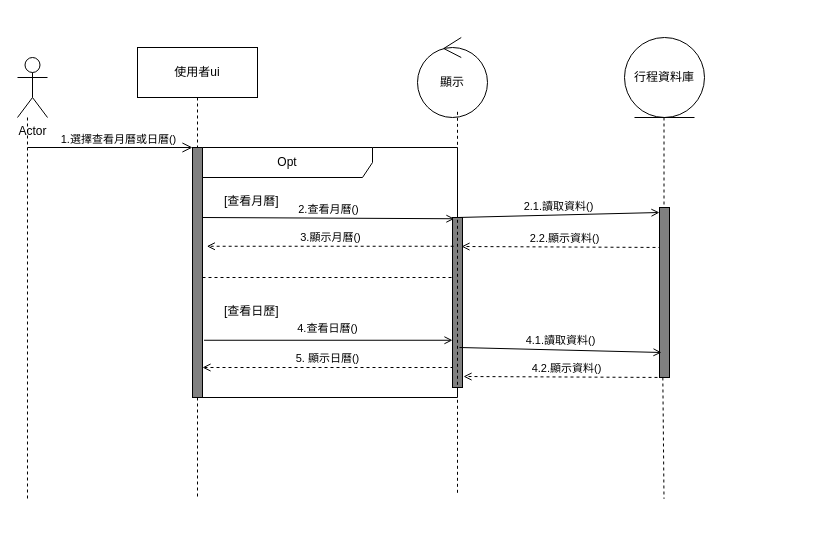
Earlier version of the draw.io diagram 循序圖AC-1.drawio (Kevincheng0804/Graduation-Topic). Source tidied: cells renumbered, new cells numbered last; positions are measured from the earlier drawing's top-left corner, leaving out a move shared by most shapes. Both pictures are drawn from the tidied source at 100%, with x=0, y=0 at pixel (17, 37).
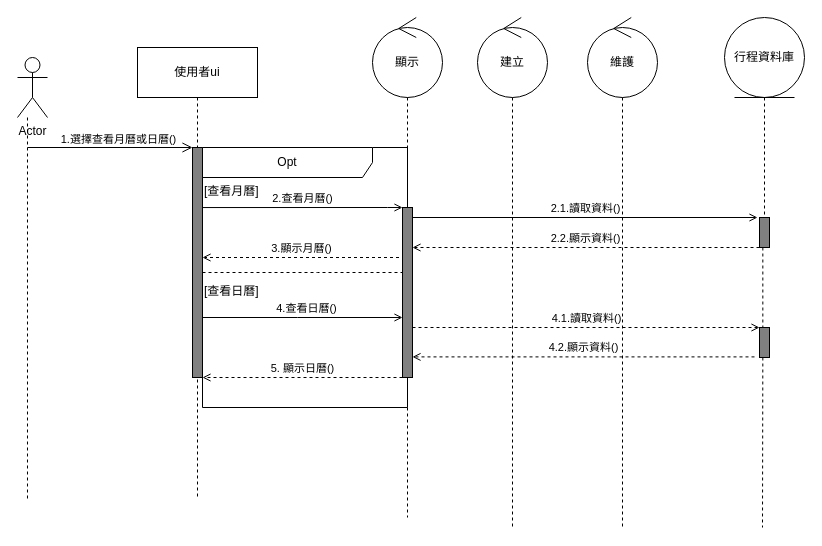
The same page after the edit.

Commit message:
更新循序圖AC-1.drawio

Unchanged cells that the change refers to:
```xml
<mxCell id="5" value="使用者ui" style="shape=umlLifeline;perimeter=lifelinePerimeter;whiteSpace=wrap;html=1;newEdgeStyle={&quot;curved&quot;:0,&quot;rounded&quot;:0};size=50;" parent="1" vertex="1">
  <mxGeometry x="120" y="10" width="120" height="450" as="geometry" />
</mxCell>
```

Diff of the diagram source:
```diff
@@
     <mxCell id="2" value="顯示" style="ellipse;shape=umlControl;whiteSpace=wrap;html=1;" parent="1" vertex="1">
-      <mxGeometry x="400" width="70" height="80" as="geometry" />
+      <mxGeometry x="355" y="-20" width="70" height="80" as="geometry" />
     </mxCell>
     <mxCell id="3" value="行程資料庫" style="ellipse;shape=umlEntity;whiteSpace=wrap;html=1;" parent="1" vertex="1">
-      <mxGeometry x="607" width="80" height="80" as="geometry" />
+      <mxGeometry x="707" y="-20" width="80" height="80" as="geometry" />
     </mxCell>
@@
-    <mxCell id="6" style="html=1;points=[[0,0,0,0,5],[0,1,0,0,-5],[1,0,0,0,5],[1,1,0,0,-5]];perimeter=orthogonalPerimeter;outlineConnect=0;targetShapes=umlLifeline;portConstraint=eastwest;newEdgeStyle={&quot;curved&quot;:0,&quot;rounded&quot;:0};fillColor=#808080;" parent="1" vertex="1">
-      <mxGeometry x="175" y="110" width="10" height="250" as="geometry" />
+    <mxCell id="6" style="html=1;points=[[0,0,0,0,5],[0,1,0,0,-5],[1,0,0,0,5],[1,1,0,0,-5]];perimeter=orthogonalPerimeter;outlineConnect=0;targetShapes=umlLifeline;portConstraint=eastwest;newEdgeStyle={&quot;curved&quot;:0,&quot;rounded&quot;:0};fillColor=#808080;" parent="5" vertex="1">
+      <mxGeometry x="55" y="100" width="10" height="230" as="geometry" />
     </mxCell>
     <mxCell id="7" value="Opt" style="shape=umlFrame;whiteSpace=wrap;html=1;width=170;" parent="1" vertex="1">
-      <mxGeometry x="185" y="110" width="255" height="250" as="geometry" />
+      <mxGeometry x="185" y="110" width="205" height="260" as="geometry" />
     </mxCell>
     <mxCell id="8" value="[查看月曆]" style="text;html=1;" parent="7" vertex="1">
-      <mxGeometry width="100" height="20" relative="1" as="geometry">
-        <mxPoint x="20" y="40" as="offset" />
+      <mxGeometry width="60" height="20" relative="1" as="geometry">
+        <mxPoint y="30" as="offset" />
       </mxGeometry>
     </mxCell>
-    <mxCell id="9" value="[查看日歷]" style="line;strokeWidth=1;dashed=1;labelPosition=center;verticalLabelPosition=bottom;align=left;verticalAlign=top;spacingLeft=20;spacingTop=15;html=1;whiteSpace=wrap;" parent="7" vertex="1">
-      <mxGeometry y="125" width="250" height="10" as="geometry" />
-    </mxCell>
-    <mxCell id="10" value="2.查看月曆()" style="html=1;verticalAlign=bottom;labelBackgroundColor=none;endArrow=open;endFill=0;rounded=0;entryX=0.988;entryY=0.285;entryDx=0;entryDy=0;entryPerimeter=0;" parent="7" edge="1" target="7">
-      <mxGeometry relative="1" as="geometry">
-        <mxPoint y="70" as="sourcePoint" />
-      </mxGeometry>
-    </mxCell>
+    <mxCell id="27" value="[查看日曆]" style="text;html=1;" parent="7" vertex="1">
+      <mxGeometry y="130" width="60" height="20" as="geometry" />
+    </mxCell>
+    <mxCell id="16" value="3.顯示月曆()" style="html=1;verticalAlign=bottom;labelBackgroundColor=none;endArrow=open;endFill=0;dashed=1;rounded=0;" parent="7" edge="1" target="6">
+      <mxGeometry relative="1" as="geometry">
+        <mxPoint x="196.5" y="110" as="sourcePoint" />
+      </mxGeometry>
+    </mxCell>
+    <mxCell id="13" style="html=1;verticalAlign=bottom;labelBackgroundColor=none;endArrow=open;endFill=0;rounded=0;" parent="7" edge="1">
+      <mxGeometry relative="1" as="geometry">
+        <mxPoint y="170" as="sourcePoint" />
+        <mxPoint x="200" y="170" as="targetPoint" />
+        <Array as="points">
+          <mxPoint x="95" y="170" />
+        </Array>
+      </mxGeometry>
+    </mxCell>
-    <mxCell id="11" value="4.查看日曆()" style="html=1;verticalAlign=bottom;labelBackgroundColor=none;endArrow=open;endFill=0;rounded=0;" parent="7" edge="1" source="14">
-      <mxGeometry x="0.69" y="130" relative="1" as="geometry">
-        <mxPoint x="255" y="181" as="targetPoint" />
+    <mxCell id="11" value="4.查看日曆()" style="edgeLabel;html=1;align=center;verticalAlign=middle;" parent="13" vertex="1">
+      <mxGeometry x="0.11" y="1" relative="1" as="geometry">
+        <mxPoint x="-8" y="-9" as="offset" />
       </mxGeometry>
     </mxCell>
-    <mxCell id="12" value="5. 顯示日&lt;span style=&quot;background-color: initial;&quot;&gt;曆()&lt;/span&gt;" style="html=1;verticalAlign=bottom;labelBackgroundColor=none;endArrow=open;endFill=0;dashed=1;rounded=0;entryX=0.017;entryY=0.395;entryDx=0;entryDy=0;entryPerimeter=0;" parent="7" edge="1">
+    <mxCell id="12" value="5. 顯示日&lt;span style=&quot;background-color: initial;&quot;&gt;曆()&lt;/span&gt;" style="html=1;verticalAlign=bottom;labelBackgroundColor=none;endArrow=open;endFill=0;dashed=1;rounded=0;exitX=0;exitY=1;exitDx=0;exitDy=-5;exitPerimeter=0;" parent="7" edge="1" target="6">
       <mxGeometry relative="1" as="geometry">
-        <mxPoint x="251" y="220" as="sourcePoint" />
-        <mxPoint y="220" as="targetPoint" />
+        <mxPoint x="200" y="230" as="sourcePoint" />
       </mxGeometry>
     </mxCell>
-    <mxCell id="13" style="html=1;verticalAlign=bottom;labelBackgroundColor=none;endArrow=open;endFill=0;rounded=0;exitX=0.006;exitY=0.771;exitDx=0;exitDy=0;exitPerimeter=0;" parent="7" edge="1" source="7" target="14">
-      <mxGeometry relative="1" as="geometry" />
-    </mxCell>
-    <mxCell id="14" style="html=1;points=[[0,0,0,0,5],[0,1,0,0,-5],[1,0,0,0,5],[1,1,0,0,-5]];perimeter=orthogonalPerimeter;outlineConnect=0;targetShapes=umlLifeline;portConstraint=eastwest;newEdgeStyle={&quot;curved&quot;:0,&quot;rounded&quot;:0};fillColor=#808080;" parent="7" vertex="1">
-      <mxGeometry x="250" y="70" width="10" height="170" as="geometry" />
-    </mxCell>
-    <mxCell id="15" style="endArrow=none;startArrow=none;endFill=0;startFill=0;endSize=8;html=1;verticalAlign=bottom;labelBackgroundColor=none;strokeWidth=1;rounded=0;exitX=0.333;exitY=1;exitDx=0;exitDy=0;exitPerimeter=0;dashed=1;" parent="7" edge="1">
-      <mxGeometry relative="1" as="geometry">
-        <mxPoint x="255" y="-35.7" as="sourcePoint" />
-        <mxPoint x="255" y="345.7" as="targetPoint" />
-      </mxGeometry>
-    </mxCell>
-    <mxCell id="16" value="3.顯示月曆()" style="html=1;verticalAlign=bottom;labelBackgroundColor=none;endArrow=open;endFill=0;dashed=1;rounded=0;entryX=0.017;entryY=0.395;entryDx=0;entryDy=0;entryPerimeter=0;exitX=0.985;exitY=0.395;exitDx=0;exitDy=0;exitPerimeter=0;" parent="1" edge="1" source="7" target="7">
-      <mxGeometry relative="1" as="geometry" />
-    </mxCell>
@@
-    <mxCell id="20" style="endArrow=none;startArrow=none;endFill=0;startFill=0;endSize=8;html=1;verticalAlign=bottom;labelBackgroundColor=none;strokeWidth=1;rounded=0;exitX=0.333;exitY=1;exitDx=0;exitDy=0;exitPerimeter=0;dashed=1;" parent="1" edge="1" source="24">
+    <mxCell id="20" style="endArrow=none;startArrow=none;endFill=0;startFill=0;endSize=8;html=1;verticalAlign=bottom;labelBackgroundColor=none;strokeWidth=1;rounded=0;exitX=0.333;exitY=1;exitDx=0;exitDy=0;exitPerimeter=0;dashed=1;" parent="1" edge="1" source="34">
       <mxGeometry relative="1" as="geometry">
-        <mxPoint x="646.5" y="461.3" as="targetPoint" />
+        <mxPoint x="745" y="490" as="targetPoint" />
       </mxGeometry>
     </mxCell>
-    <mxCell id="21" value="2.1.讀取資料()" style="html=1;verticalAlign=bottom;labelBackgroundColor=none;endArrow=open;endFill=0;rounded=0;entryX=0;entryY=0;entryDx=0;entryDy=5;entryPerimeter=0;" parent="1" edge="1" target="24">
+    <mxCell id="21" value="2.1.讀取資料()" style="html=1;verticalAlign=bottom;labelBackgroundColor=none;endArrow=open;endFill=0;rounded=0;" parent="1" edge="1" source="14">
       <mxGeometry relative="1" as="geometry">
-        <mxPoint x="440" y="180" as="sourcePoint" />
+        <mxPoint x="740" y="180" as="targetPoint" />
       </mxGeometry>
     </mxCell>
-    <mxCell id="22" value="2.2.顯示資料()" style="html=1;verticalAlign=bottom;labelBackgroundColor=none;endArrow=open;endFill=0;dashed=1;rounded=0;entryX=0.017;entryY=0.395;entryDx=0;entryDy=0;entryPerimeter=0;" parent="1" edge="1">
+    <mxCell id="22" value="2.2.顯示資料()" style="html=1;verticalAlign=bottom;labelBackgroundColor=none;endArrow=open;endFill=0;dashed=1;rounded=0;" parent="1" edge="1" target="14">
       <mxGeometry relative="1" as="geometry">
-        <mxPoint x="650" y="210" as="sourcePoint" />
-        <mxPoint x="444" y="209" as="targetPoint" />
+        <mxPoint x="742" y="210" as="sourcePoint" />
       </mxGeometry>
     </mxCell>
-    <mxCell id="23" style="endArrow=none;startArrow=none;endFill=0;startFill=0;endSize=8;html=1;verticalAlign=bottom;labelBackgroundColor=none;strokeWidth=1;rounded=0;exitX=0.333;exitY=1;exitDx=0;exitDy=0;exitPerimeter=0;dashed=1;" parent="1" edge="1" target="24">
-      <mxGeometry relative="1" as="geometry">
-        <mxPoint x="646.5" y="80" as="sourcePoint" />
-      </mxGeometry>
+    <mxCell id="23" style="endArrow=none;startArrow=none;endFill=0;startFill=0;endSize=8;html=1;verticalAlign=bottom;labelBackgroundColor=none;strokeWidth=1;rounded=0;exitX=0.5;exitY=1;exitDx=0;exitDy=0;dashed=1;" parent="1" edge="1" source="3" target="24">
+      <mxGeometry relative="1" as="geometry" />
     </mxCell>
     <mxCell id="24" style="html=1;points=[[0,0,0,0,5],[0,1,0,0,-5],[1,0,0,0,5],[1,1,0,0,-5]];perimeter=orthogonalPerimeter;outlineConnect=0;targetShapes=umlLifeline;portConstraint=eastwest;newEdgeStyle={&quot;curved&quot;:0,&quot;rounded&quot;:0};fillColor=#808080;" parent="1" vertex="1">
-      <mxGeometry x="642" y="170" width="10" height="170" as="geometry" />
+      <mxGeometry x="742" y="180" width="10" height="30" as="geometry" />
     </mxCell>
+    <mxCell id="26" value="4.2.顯示資料()" style="html=1;verticalAlign=bottom;labelBackgroundColor=none;endArrow=open;endFill=0;dashed=1;rounded=0;" parent="1" edge="1" target="14">
+      <mxGeometry relative="1" as="geometry">
+        <mxPoint x="737" y="319.4" as="sourcePoint" />
+      </mxGeometry>
+    </mxCell>
+    <mxCell id="15" style="endArrow=none;startArrow=none;endFill=0;startFill=0;endSize=8;html=1;verticalAlign=bottom;labelBackgroundColor=none;strokeWidth=1;rounded=0;dashed=1;" parent="1" edge="1" source="14">
+      <mxGeometry relative="1" as="geometry">
+        <mxPoint x="390" y="480" as="targetPoint" />
+      </mxGeometry>
+    </mxCell>
+    <mxCell id="28" value="建立" style="ellipse;shape=umlControl;whiteSpace=wrap;html=1;" parent="1" vertex="1">
+      <mxGeometry x="460" y="-20" width="70" height="80" as="geometry" />
+    </mxCell>
+    <mxCell id="29" style="endArrow=none;startArrow=none;endFill=0;startFill=0;endSize=8;html=1;verticalAlign=bottom;labelBackgroundColor=none;strokeWidth=1;rounded=0;dashed=1;" parent="1" edge="1" source="28">
+      <mxGeometry relative="1" as="geometry">
+        <mxPoint x="495" y="490" as="targetPoint" />
+      </mxGeometry>
+    </mxCell>
+    <mxCell id="30" value="維護" style="ellipse;shape=umlControl;whiteSpace=wrap;html=1;" parent="1" vertex="1">
+      <mxGeometry x="570" y="-20" width="70" height="80" as="geometry" />
+    </mxCell>
+    <mxCell id="31" style="endArrow=none;startArrow=none;endFill=0;startFill=0;endSize=8;html=1;verticalAlign=bottom;labelBackgroundColor=none;strokeWidth=1;rounded=0;dashed=1;" parent="1" edge="1" source="30">
+      <mxGeometry relative="1" as="geometry">
+        <mxPoint x="605" y="490" as="targetPoint" />
+      </mxGeometry>
+    </mxCell>
+    <mxCell id="32" style="endArrow=none;dashed=1;html=1;rounded=0;" parent="1" edge="1" source="6" target="14">
+      <mxGeometry relative="1" as="geometry">
+        <Array as="points">
+          <mxPoint x="300" y="235" />
+        </Array>
+      </mxGeometry>
+    </mxCell>
-    <mxCell id="25" value="4.1.讀取資料()" style="html=1;verticalAlign=bottom;labelBackgroundColor=none;endArrow=open;endFill=0;rounded=0;entryX=0;entryY=0;entryDx=0;entryDy=5;entryPerimeter=0;" parent="1" edge="1">
-      <mxGeometry relative="1" as="geometry">
-        <mxPoint x="442" y="310" as="sourcePoint" />
-        <mxPoint x="644" y="315" as="targetPoint" />
-      </mxGeometry>
+    <mxCell id="25" value="4.1.讀取資料()" style="html=1;verticalAlign=bottom;labelBackgroundColor=none;endArrow=open;endFill=0;dashed=1;rounded=0;" parent="1" edge="1" source="14" target="34">
+      <mxGeometry relative="1" as="geometry" />
     </mxCell>
-    <mxCell id="26" value="4.2.顯示資料()" style="html=1;verticalAlign=bottom;labelBackgroundColor=none;endArrow=open;endFill=0;dashed=1;rounded=0;entryX=0.017;entryY=0.395;entryDx=0;entryDy=0;entryPerimeter=0;" parent="1" edge="1">
-      <mxGeometry relative="1" as="geometry">
-        <mxPoint x="652" y="340" as="sourcePoint" />
-        <mxPoint x="446" y="339" as="targetPoint" />
-      </mxGeometry>
-    </mxCell>
+    <mxCell id="33" style="endArrow=none;startArrow=none;endFill=0;startFill=0;endSize=8;html=1;verticalAlign=bottom;labelBackgroundColor=none;strokeWidth=1;rounded=0;exitX=0.333;exitY=1;exitDx=0;exitDy=0;exitPerimeter=0;dashed=1;" parent="1" edge="1" source="24" target="34">
+      <mxGeometry relative="1" as="geometry" />
+    </mxCell>
+    <mxCell id="34" style="html=1;points=[[0,0,0,0,5],[0,1,0,0,-5],[1,0,0,0,5],[1,1,0,0,-5]];perimeter=orthogonalPerimeter;outlineConnect=0;targetShapes=umlLifeline;portConstraint=eastwest;newEdgeStyle={&quot;curved&quot;:0,&quot;rounded&quot;:0};fillColor=#808080;" parent="1" vertex="1">
+      <mxGeometry x="742" y="290" width="10" height="30" as="geometry" />
+    </mxCell>
+    <mxCell id="35" style="endArrow=none;startArrow=none;endFill=0;startFill=0;endSize=8;html=1;verticalAlign=bottom;labelBackgroundColor=none;strokeWidth=1;rounded=0;dashed=1;" parent="1" edge="1" source="2" target="14">
+      <mxGeometry relative="1" as="geometry" />
+    </mxCell>
+    <mxCell id="14" style="html=1;points=[[0,0,0,0,5],[0,1,0,0,-5],[1,0,0,0,5],[1,1,0,0,-5]];perimeter=orthogonalPerimeter;outlineConnect=0;targetShapes=umlLifeline;portConstraint=eastwest;newEdgeStyle={&quot;curved&quot;:0,&quot;rounded&quot;:0};fillColor=#808080;" parent="1" vertex="1">
+      <mxGeometry x="385" y="170" width="10" height="170" as="geometry" />
+    </mxCell>
+    <mxCell id="10" value="2.查看月曆()" style="html=1;verticalAlign=bottom;labelBackgroundColor=none;endArrow=open;endFill=0;rounded=0;exitX=0;exitY=0.231;exitDx=0;exitDy=0;exitPerimeter=0;" parent="1" edge="1" source="7" target="14">
+      <mxGeometry relative="1" as="geometry">
+        <Array as="points">
+          <mxPoint x="370" y="170" />
+        </Array>
+      </mxGeometry>
+    </mxCell>
```
